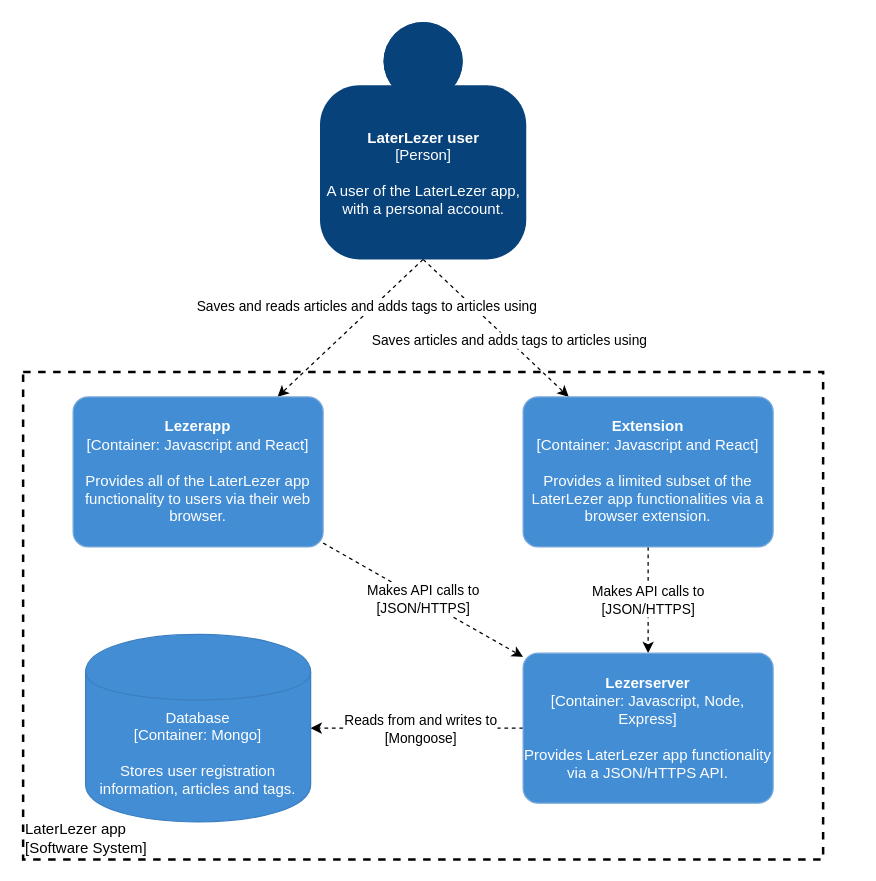
Patrickroelofs/HANICA-DWA-Laterlezer keeps this draw.io diagram as page "container-diagram" (2 of 7) of documents/c4model.drawio. Above is the earlier version. Source tidied: cells renumbered, new cells numbered last; positions are measured from the earlier drawing's top-left corner, leaving out a move shared by most shapes. Both pictures are drawn from the tidied source at 125%, with x=0, y=0 at pixel (22, 21).
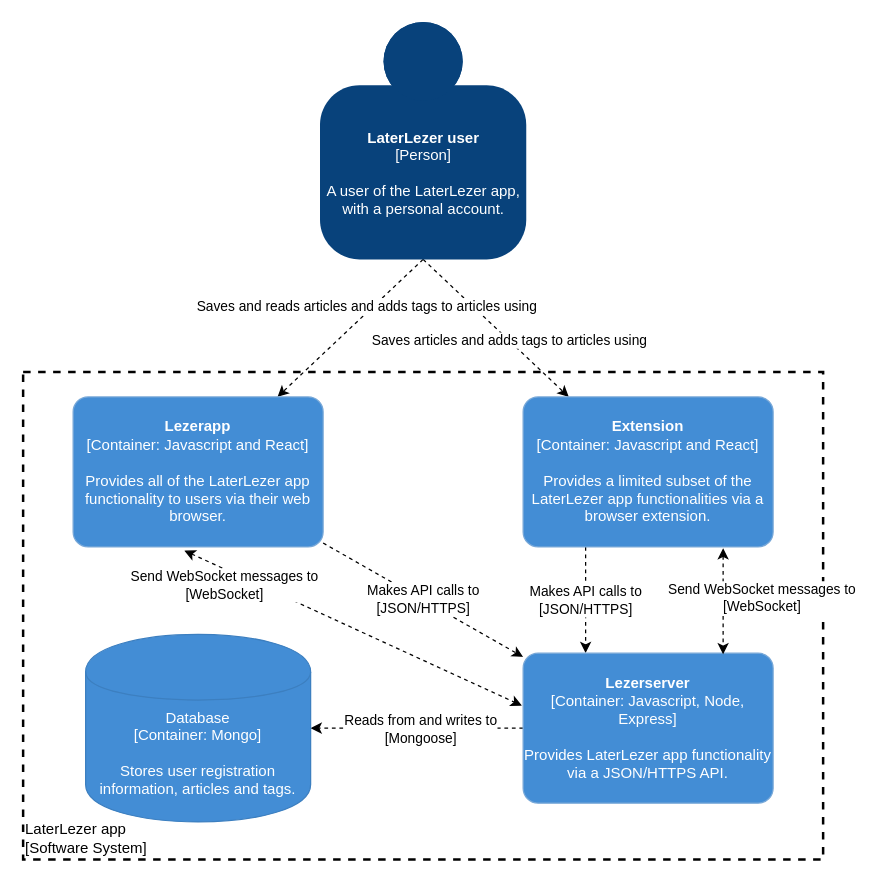
After the change.

Unchanged cells that the change refers to:
```xml
<object id="9" label="&lt;b&gt;%c4Name%&lt;/b&gt;&lt;div&gt;[%c4Type%: %c4Technology%]&lt;/div&gt;&lt;br&gt;&lt;div&gt;%c4Description%&lt;/div&gt;" c4Description="Provides all of the LaterLezer app functionality to users via their web browser." c4Name="Lezerapp" c4Technology="Javascript and React" c4Type="Container" placeholders="1">
  <mxCell style="rounded=1;whiteSpace=wrap;html=1;labelBackgroundColor=none;fontColor=#ffffff;align=center;arcSize=10;strokeColor=#78A8D8;metaData={&quot;c4Type&quot;:{&quot;editable&quot;:false}};points=[[0.25,0,0],[0.5,0,0],[0.75,0,0],[1,0.25,0],[1,0.5,0],[1,0.75,0],[0.75,1,0],[0.5,1,0],[0.25,1,0],[0,0.75,0],[0,0.5,0],[0,0.25,0]];fillColor=#438DD5;" parent="1" vertex="1">
    <mxGeometry x="40" y="300" width="200" height="120" as="geometry" />
  </mxCell>
</object>
<object id="11" label="&lt;b&gt;%c4Name%&lt;/b&gt;&lt;div&gt;[%c4Type%: %c4Technology%]&lt;/div&gt;&lt;br&gt;&lt;div&gt;%c4Description%&lt;/div&gt;" c4Description="Provides a limited subset of the LaterLezer app functionalities via a browser extension." c4Name="Extension" c4Technology="Javascript and React" c4Type="Container" placeholders="1">
  <mxCell style="rounded=1;whiteSpace=wrap;html=1;labelBackgroundColor=none;fontColor=#ffffff;align=center;arcSize=10;strokeColor=#78A8D8;metaData={&quot;c4Type&quot;:{&quot;editable&quot;:false}};points=[[0.25,0,0],[0.5,0,0],[0.75,0,0],[1,0.25,0],[1,0.5,0],[1,0.75,0],[0.75,1,0],[0.5,1,0],[0.25,1,0],[0,0.75,0],[0,0.5,0],[0,0.25,0]];fillColor=#438DD5;" parent="1" vertex="1">
    <mxGeometry x="400" y="300" width="200" height="120" as="geometry" />
  </mxCell>
</object>
<object id="14" label="&lt;b&gt;%c4Name%&lt;/b&gt;&lt;div&gt;[%c4Type%: %c4Technology%]&lt;/div&gt;&lt;br&gt;&lt;div&gt;%c4Description%&lt;/div&gt;" c4Description="Provides LaterLezer app functionality via a JSON/HTTPS API." c4Name="Lezerserver" c4Technology="Javascript, Node, Express" c4Type="Container" placeholders="1">
  <mxCell style="rounded=1;whiteSpace=wrap;html=1;labelBackgroundColor=none;fontColor=#ffffff;align=center;arcSize=10;strokeColor=#78A8D8;metaData={&quot;c4Type&quot;:{&quot;editable&quot;:false}};points=[[0.25,0,0],[0.5,0,0],[0.75,0,0],[1,0.25,0],[1,0.5,0],[1,0.75,0],[0.75,1,0],[0.5,1,0],[0.25,1,0],[0,0.75,0],[0,0.5,0],[0,0.25,0]];fillColor=#438DD5;" parent="1" vertex="1">
    <mxGeometry x="400" y="505" width="200" height="120" as="geometry" />
  </mxCell>
</object>
```

The edit, as a diff of the source:
```diff
@@
-    <mxCell id="10" value="Makes API calls to&lt;br&gt;[JSON/HTTPS]" style="edgeStyle=none;rounded=0;jettySize=auto;html=1;strokeColor=#000000;dashed=1;" parent="1" edge="1" source="11" target="14">
+    <mxCell id="10" value="Makes API calls to&lt;br&gt;[JSON/HTTPS]" style="edgeStyle=none;rounded=0;jettySize=auto;html=1;strokeColor=#000000;dashed=1;exitX=0.25;exitY=1;exitDx=0;exitDy=0;exitPerimeter=0;entryX=0.25;entryY=0;entryDx=0;entryDy=0;entryPerimeter=0;" parent="1" edge="1" source="11" target="14">
       <mxGeometry relative="1" as="geometry" />
     </mxCell>
@@
+    <mxCell id="16" style="edgeStyle=none;rounded=0;jettySize=auto;html=1;dashed=1;exitX=0.445;exitY=1.025;exitDx=0;exitDy=0;exitPerimeter=0;startArrow=classic;startFill=1;entryX=-0.005;entryY=0.35;entryDx=0;entryDy=0;entryPerimeter=0;" parent="1" edge="1" source="9" target="14">
+      <mxGeometry relative="1" as="geometry" />
+    </mxCell>
+    <mxCell id="17" style="edgeStyle=none;rounded=0;jettySize=auto;html=1;dashed=1;startArrow=classic;startFill=1;entryX=0.8;entryY=0.008;entryDx=0;entryDy=0;entryPerimeter=0;" parent="1" edge="1" target="14">
+      <mxGeometry relative="1" as="geometry">
+        <mxPoint x="560" y="421" as="sourcePoint" />
+      </mxGeometry>
+    </mxCell>
+    <mxCell id="18" value="Send WebSocket messages to&lt;br&gt;[WebSocket]" style="edgeLabel;html=1;align=center;verticalAlign=middle;" parent="1" vertex="1">
+      <mxGeometry x="160" y="450" as="geometry" />
+    </mxCell>
+    <mxCell id="19" value="Send WebSocket messages to&lt;br&gt;[WebSocket]" style="edgeLabel;html=1;align=center;verticalAlign=middle;" parent="1" vertex="1">
+      <mxGeometry x="590" y="460" as="geometry" />
+    </mxCell>
```
